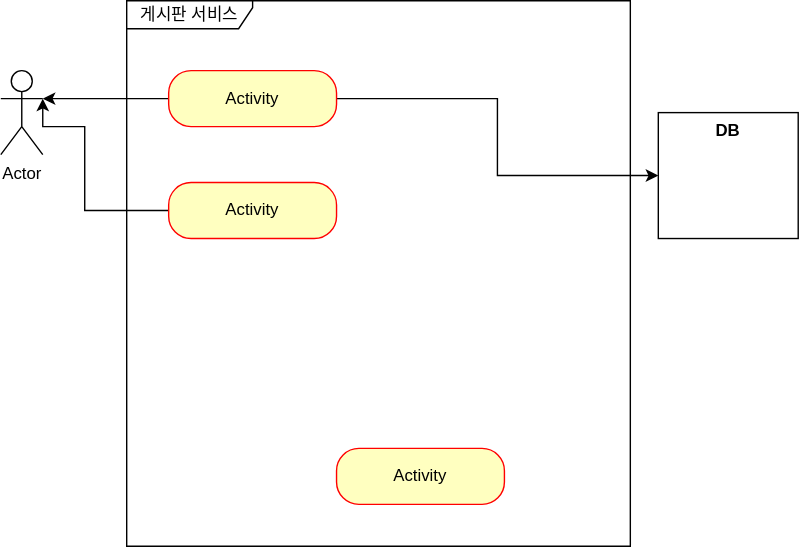
Before: document/use-case.svg, a diagram exported from draw.io (HyoseopSong/fastcampus-project-board). Source tidied: cells renumbered, new cells last; positions are measured from the earlier drawing's top-left corner, leaving out a move shared by most shapes.
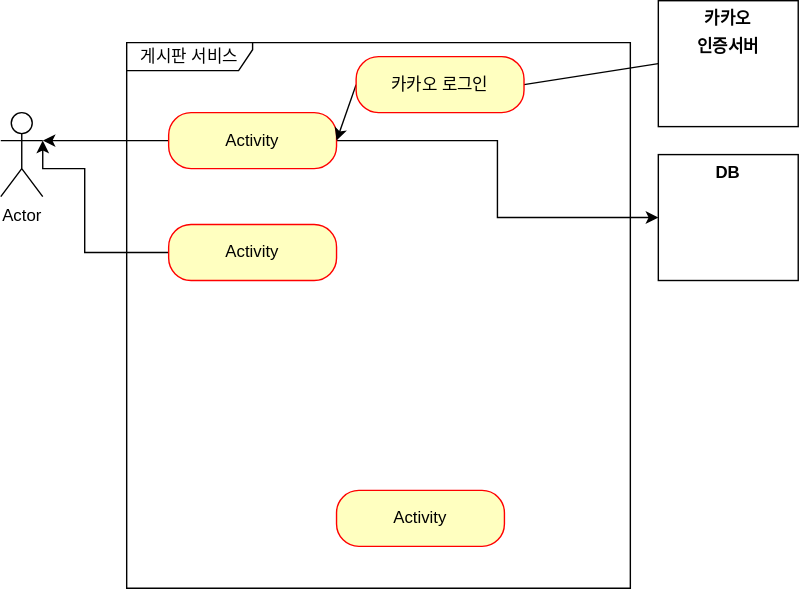
After the change.

Commit message:
#48 - use-case.svg : 카카오 인증 추가

What changed in the source:
```diff
@@ -36,5 +36,17 @@
     <mxCell id="10" value="&lt;p style=&quot;margin:0px;margin-top:6px;text-align:center;&quot;&gt;&lt;b&gt;DB&lt;/b&gt;&lt;/p&gt;" style="align=left;overflow=fill;html=1;whiteSpace=wrap;" parent="1" vertex="1">
       <mxGeometry x="470" y="80" width="100" height="90" as="geometry" />
     </mxCell>
+    <mxCell id="11" style="rounded=0;jettySize=auto;html=1;exitX=1;exitY=0.5;exitDx=0;exitDy=0;entryX=0;entryY=0.5;entryDx=0;entryDy=0;endArrow=none;endFill=0;" parent="1" edge="1" source="13" target="14">
+      <mxGeometry relative="1" as="geometry" />
+    </mxCell>
+    <mxCell id="12" style="rounded=0;jettySize=auto;html=1;exitX=0;exitY=0.5;exitDx=0;exitDy=0;entryX=1;entryY=0.5;entryDx=0;entryDy=0;" parent="1" edge="1" source="13" target="6">
+      <mxGeometry relative="1" as="geometry" />
+    </mxCell>
+    <mxCell id="13" value="카카오 로그인" style="rounded=1;whiteSpace=wrap;html=1;arcSize=40;fontColor=#000000;fillColor=#ffffc0;strokeColor=#ff0000;" parent="1" vertex="1">
+      <mxGeometry x="254" y="10" width="120" height="40" as="geometry" />
+    </mxCell>
+    <mxCell id="14" value="&lt;p style=&quot;margin:0px;margin-top:6px;text-align:center;&quot;&gt;&lt;b&gt;카카오&lt;/b&gt;&lt;/p&gt;&lt;p style=&quot;margin:0px;margin-top:6px;text-align:center;&quot;&gt;&lt;b&gt;인증서버&lt;/b&gt;&lt;/p&gt;" style="align=left;overflow=fill;html=1;whiteSpace=wrap;" parent="1" vertex="1">
+      <mxGeometry x="470" y="-30" width="100" height="90" as="geometry" />
+    </mxCell>
   </root>
 </mxGraphModel>
```
